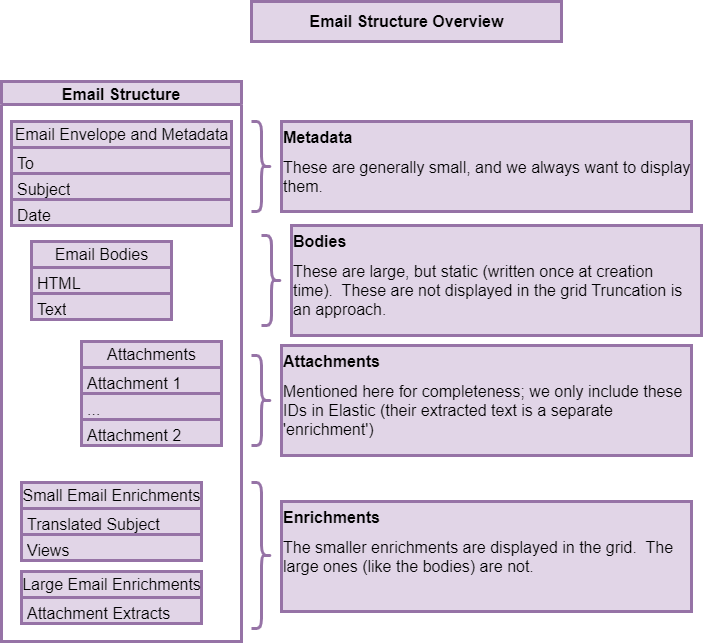
Above: notes/diagrams/email-structure-overview.png in maybe-another-name/elastic-things (draw.io), before the change. Source tidied: cells renumbered, new cells last; positions are measured from the earlier drawing's top-left corner, leaving out a move shared by most shapes.
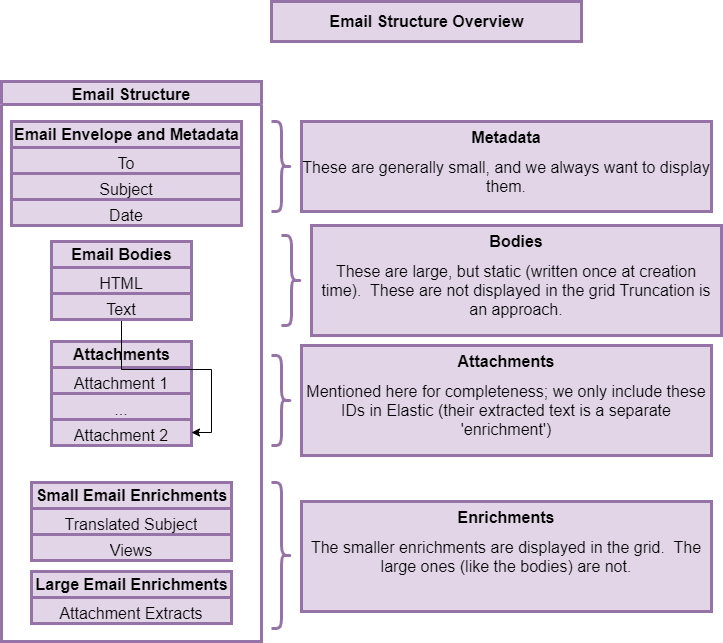
The same diagram one commit later.

The edit, as a diff of the source:
```diff
@@ -2,79 +2,82 @@
   <root>
     <mxCell id="0" />
     <mxCell id="1" parent="0" />
-    <mxCell id="2" value="Email Structure" style="swimlane;fillColor=#e1d5e7;strokeColor=#9673a6;fontSize=16;strokeWidth=3;" parent="1" vertex="1">
-      <mxGeometry y="80" width="240" height="560" as="geometry" />
+    <mxCell id="2" value="Email Structure" style="swimlane;fillColor=#e1d5e7;strokeColor=#9673a6;fontSize=16;strokeWidth=3;align=center;" parent="1" vertex="1">
+      <mxGeometry x="-20" y="80" width="260" height="560" as="geometry" />
     </mxCell>
-    <mxCell id="3" value="Email Envelope and Metadata" style="swimlane;fontStyle=0;horizontal=1;startSize=26;fillColor=#e1d5e7;html=1;strokeColor=#9673a6;fontSize=16;strokeWidth=3;" parent="2" vertex="1">
-      <mxGeometry x="10" y="40" width="220" height="104" as="geometry" />
+    <mxCell id="3" value="&lt;b&gt;Email Envelope and Metadata&lt;/b&gt;" style="swimlane;fontStyle=0;horizontal=1;startSize=26;fillColor=#e1d5e7;html=1;strokeColor=#9673a6;fontSize=16;strokeWidth=3;align=center;" parent="2" vertex="1">
+      <mxGeometry x="10" y="40" width="230" height="104" as="geometry" />
     </mxCell>
-    <mxCell id="4" value="To" style="text;strokeColor=#9673a6;fillColor=#e1d5e7;align=left;verticalAlign=top;spacingLeft=4;spacingRight=4;overflow=hidden;whiteSpace=wrap;html=1;fontSize=16;strokeWidth=3;" parent="3" vertex="1">
-      <mxGeometry y="26" width="220" height="26" as="geometry" />
+    <mxCell id="4" value="To" style="text;strokeColor=#9673a6;fillColor=#e1d5e7;align=center;verticalAlign=top;spacingLeft=4;spacingRight=4;overflow=hidden;whiteSpace=wrap;html=1;fontSize=16;strokeWidth=3;" parent="3" vertex="1">
+      <mxGeometry y="26" width="230" height="26" as="geometry" />
     </mxCell>
-    <mxCell id="5" value="Subject" style="text;strokeColor=#9673a6;fillColor=#e1d5e7;align=left;verticalAlign=top;spacingLeft=4;spacingRight=4;overflow=hidden;whiteSpace=wrap;html=1;fontSize=16;strokeWidth=3;" parent="3" vertex="1">
-      <mxGeometry y="52" width="220" height="26" as="geometry" />
+    <mxCell id="5" value="Subject" style="text;strokeColor=#9673a6;fillColor=#e1d5e7;align=center;verticalAlign=top;spacingLeft=4;spacingRight=4;overflow=hidden;whiteSpace=wrap;html=1;fontSize=16;strokeWidth=3;" parent="3" vertex="1">
+      <mxGeometry y="52" width="230" height="26" as="geometry" />
     </mxCell>
-    <mxCell id="6" value="Date" style="text;strokeColor=#9673a6;fillColor=#e1d5e7;align=left;verticalAlign=top;spacingLeft=4;spacingRight=4;overflow=hidden;whiteSpace=wrap;html=1;fontSize=16;strokeWidth=3;" parent="3" vertex="1">
-      <mxGeometry y="78" width="220" height="26" as="geometry" />
+    <mxCell id="6" value="Date" style="text;strokeColor=#9673a6;fillColor=#e1d5e7;align=center;verticalAlign=top;spacingLeft=4;spacingRight=4;overflow=hidden;whiteSpace=wrap;html=1;fontSize=16;strokeWidth=3;" parent="3" vertex="1">
+      <mxGeometry y="78" width="230" height="26" as="geometry" />
     </mxCell>
-    <mxCell id="7" value="Attachments" style="swimlane;fontStyle=0;horizontal=1;startSize=26;fillColor=#e1d5e7;html=1;strokeColor=#9673a6;fontSize=16;strokeWidth=3;" parent="2" vertex="1">
-      <mxGeometry x="80" y="260" width="140" height="104" as="geometry" />
+    <mxCell id="7" value="&lt;b&gt;Attachments&lt;/b&gt;" style="swimlane;fontStyle=0;horizontal=1;startSize=26;fillColor=#e1d5e7;html=1;strokeColor=#9673a6;fontSize=16;strokeWidth=3;align=center;" parent="2" vertex="1">
+      <mxGeometry x="50" y="260" width="140" height="104" as="geometry" />
     </mxCell>
-    <mxCell id="8" value="Attachment 1" style="text;strokeColor=#9673a6;fillColor=#e1d5e7;align=left;verticalAlign=top;spacingLeft=4;spacingRight=4;overflow=hidden;whiteSpace=wrap;html=1;fontSize=16;strokeWidth=3;" parent="7" vertex="1">
+    <mxCell id="8" value="Attachment 1" style="text;strokeColor=#9673a6;fillColor=#e1d5e7;align=center;verticalAlign=top;spacingLeft=4;spacingRight=4;overflow=hidden;whiteSpace=wrap;html=1;fontSize=16;strokeWidth=3;" parent="7" vertex="1">
       <mxGeometry y="26" width="140" height="26" as="geometry" />
     </mxCell>
-    <mxCell id="9" value="..." style="text;strokeColor=#9673a6;fillColor=#e1d5e7;align=left;verticalAlign=top;spacingLeft=4;spacingRight=4;overflow=hidden;whiteSpace=wrap;html=1;fontSize=16;strokeWidth=3;" parent="7" vertex="1">
+    <mxCell id="9" value="..." style="text;strokeColor=#9673a6;fillColor=#e1d5e7;align=center;verticalAlign=top;spacingLeft=4;spacingRight=4;overflow=hidden;whiteSpace=wrap;html=1;fontSize=16;strokeWidth=3;" parent="7" vertex="1">
       <mxGeometry y="52" width="140" height="26" as="geometry" />
     </mxCell>
-    <mxCell id="10" value="Attachment 2" style="text;strokeColor=#9673a6;fillColor=#e1d5e7;align=left;verticalAlign=top;spacingLeft=4;spacingRight=4;overflow=hidden;points=[[0,0.5],[1,0.5]];portConstraint=eastwest;whiteSpace=wrap;html=1;fontSize=16;strokeWidth=3;" parent="7" vertex="1">
+    <mxCell id="10" value="Attachment 2" style="text;strokeColor=#9673a6;fillColor=#e1d5e7;align=center;verticalAlign=top;spacingLeft=4;spacingRight=4;overflow=hidden;points=[[0,0.5],[1,0.5]];portConstraint=eastwest;whiteSpace=wrap;html=1;fontSize=16;strokeWidth=3;" parent="7" vertex="1">
       <mxGeometry y="78" width="140" height="26" as="geometry" />
     </mxCell>
-    <mxCell id="11" value="Large Email Enrichments" style="swimlane;fontStyle=0;horizontal=1;startSize=26;fillColor=#e1d5e7;html=1;strokeColor=#9673a6;fontSize=16;strokeWidth=3;" parent="2" vertex="1">
-      <mxGeometry x="20" y="490" width="180" height="52" as="geometry" />
+    <mxCell id="11" value="&lt;b&gt;Large Email Enrichments&lt;/b&gt;" style="swimlane;fontStyle=0;horizontal=1;startSize=26;fillColor=#e1d5e7;html=1;strokeColor=#9673a6;fontSize=16;strokeWidth=3;align=center;" parent="2" vertex="1">
+      <mxGeometry x="30" y="490" width="200" height="52" as="geometry" />
     </mxCell>
-    <mxCell id="12" value="Attachment Extracts" style="text;strokeColor=#9673a6;fillColor=#e1d5e7;align=left;verticalAlign=top;spacingLeft=4;spacingRight=4;overflow=hidden;whiteSpace=wrap;html=1;fontSize=16;strokeWidth=3;" parent="11" vertex="1">
-      <mxGeometry y="26" width="180" height="26" as="geometry" />
+    <mxCell id="12" value="Attachment Extracts" style="text;strokeColor=#9673a6;fillColor=#e1d5e7;align=center;verticalAlign=top;spacingLeft=4;spacingRight=4;overflow=hidden;whiteSpace=wrap;html=1;fontSize=16;strokeWidth=3;" parent="11" vertex="1">
+      <mxGeometry y="26" width="200" height="26" as="geometry" />
     </mxCell>
+    <mxCell id="28" style="edgeStyle=orthogonalEdgeStyle;rounded=0;jettySize=auto;html=1;" parent="2" edge="1" source="13" target="10">
+      <mxGeometry relative="1" as="geometry" />
+    </mxCell>
-    <mxCell id="13" value="Email Bodies" style="swimlane;fontStyle=0;horizontal=1;startSize=26;fillColor=#e1d5e7;html=1;strokeColor=#9673a6;fontSize=16;strokeWidth=3;" parent="1" vertex="1">
-      <mxGeometry x="30" y="240" width="140" height="78" as="geometry" />
+    <mxCell id="13" value="&lt;b&gt;Email Bodies&lt;/b&gt;" style="swimlane;fontStyle=0;horizontal=1;startSize=26;fillColor=#e1d5e7;html=1;strokeColor=#9673a6;fontSize=16;strokeWidth=3;align=center;" parent="2" vertex="1">
+      <mxGeometry x="50" y="160" width="140" height="78" as="geometry" />
     </mxCell>
-    <mxCell id="14" value="HTML" style="text;strokeColor=#9673a6;fillColor=#e1d5e7;align=left;verticalAlign=top;spacingLeft=4;spacingRight=4;overflow=hidden;whiteSpace=wrap;html=1;fontSize=16;strokeWidth=3;" parent="13" vertex="1">
+    <mxCell id="14" value="HTML" style="text;strokeColor=#9673a6;fillColor=#e1d5e7;align=center;verticalAlign=top;spacingLeft=4;spacingRight=4;overflow=hidden;whiteSpace=wrap;html=1;fontSize=16;strokeWidth=3;" parent="13" vertex="1">
       <mxGeometry y="26" width="140" height="26" as="geometry" />
     </mxCell>
-    <mxCell id="15" value="Text" style="text;strokeColor=#9673a6;fillColor=#e1d5e7;align=left;verticalAlign=top;spacingLeft=4;spacingRight=4;overflow=hidden;whiteSpace=wrap;html=1;fontSize=16;strokeWidth=3;" parent="13" vertex="1">
+    <mxCell id="15" value="Text" style="text;strokeColor=#9673a6;fillColor=#e1d5e7;align=center;verticalAlign=top;spacingLeft=4;spacingRight=4;overflow=hidden;whiteSpace=wrap;html=1;fontSize=16;strokeWidth=3;" parent="13" vertex="1">
       <mxGeometry y="52" width="140" height="26" as="geometry" />
     </mxCell>
-    <mxCell id="16" value="Small Email Enrichments" style="swimlane;fontStyle=0;horizontal=1;startSize=26;fillColor=#e1d5e7;html=1;strokeColor=#9673a6;fontSize=16;strokeWidth=3;" parent="1" vertex="1">
-      <mxGeometry x="20" y="481" width="180" height="78" as="geometry" />
+    <mxCell id="16" value="&lt;b&gt;Small Email Enrichments&lt;/b&gt;" style="swimlane;fontStyle=0;horizontal=1;startSize=26;fillColor=#e1d5e7;html=1;strokeColor=#9673a6;fontSize=16;strokeWidth=3;align=center;" parent="2" vertex="1">
+      <mxGeometry x="30" y="401" width="200" height="78" as="geometry" />
     </mxCell>
-    <mxCell id="17" value="Translated Subject" style="text;strokeColor=#9673a6;fillColor=#e1d5e7;align=left;verticalAlign=top;spacingLeft=4;spacingRight=4;overflow=hidden;whiteSpace=wrap;html=1;fontSize=16;strokeWidth=3;" parent="16" vertex="1">
-      <mxGeometry y="26" width="180" height="26" as="geometry" />
+    <mxCell id="17" value="Translated Subject" style="text;strokeColor=#9673a6;fillColor=#e1d5e7;align=center;verticalAlign=top;spacingLeft=4;spacingRight=4;overflow=hidden;whiteSpace=wrap;html=1;fontSize=16;strokeWidth=3;" parent="16" vertex="1">
+      <mxGeometry y="26" width="200" height="26" as="geometry" />
     </mxCell>
-    <mxCell id="18" value="Views" style="text;strokeColor=#9673a6;fillColor=#e1d5e7;align=left;verticalAlign=top;spacingLeft=4;spacingRight=4;overflow=hidden;whiteSpace=wrap;html=1;fontSize=16;strokeWidth=3;" parent="16" vertex="1">
-      <mxGeometry y="52" width="180" height="26" as="geometry" />
+    <mxCell id="18" value="Views" style="text;strokeColor=#9673a6;fillColor=#e1d5e7;align=center;verticalAlign=top;spacingLeft=4;spacingRight=4;overflow=hidden;whiteSpace=wrap;html=1;fontSize=16;strokeWidth=3;" parent="16" vertex="1">
+      <mxGeometry y="52" width="200" height="26" as="geometry" />
     </mxCell>
-    <mxCell id="19" style="shape=curlyBracket;whiteSpace=wrap;html=1;rounded=1;flipH=1;labelPosition=right;verticalLabelPosition=middle;align=left;verticalAlign=middle;size=0.5;fillColor=#e1d5e7;strokeColor=#9673a6;fontSize=16;fontStyle=0;strokeWidth=3;" parent="1" vertex="1">
+    <mxCell id="19" style="shape=curlyBracket;whiteSpace=wrap;html=1;rounded=1;flipH=1;labelPosition=right;verticalLabelPosition=middle;align=center;verticalAlign=middle;size=0.5;fillColor=#e1d5e7;strokeColor=#9673a6;fontSize=16;fontStyle=0;strokeWidth=3;" parent="1" vertex="1">
       <mxGeometry x="250" y="120" width="20" height="90" as="geometry" />
     </mxCell>
-    <mxCell id="20" value="&lt;h1 style=&quot;margin-top: 0px; font-size: 16px;&quot;&gt;&lt;span style=&quot;background-color: initial; font-size: 16px;&quot;&gt;Metadata&lt;/span&gt;&lt;/h1&gt;&lt;h1 style=&quot;margin-top: 0px; font-size: 16px;&quot;&gt;&lt;span style=&quot;background-color: initial; font-size: 16px; font-weight: normal;&quot;&gt;These are generally small, and we always want to display them.&lt;/span&gt;&lt;br style=&quot;font-size: 16px;&quot;&gt;&lt;/h1&gt;" style="text;html=1;whiteSpace=wrap;overflow=hidden;rounded=0;fillColor=#e1d5e7;strokeColor=#9673a6;fontSize=16;strokeWidth=3;" parent="1" vertex="1">
+    <mxCell id="20" value="&lt;h1 style=&quot;margin-top: 0px; font-size: 16px;&quot;&gt;&lt;span style=&quot;background-color: initial; font-size: 16px;&quot;&gt;Metadata&lt;/span&gt;&lt;/h1&gt;&lt;h1 style=&quot;margin-top: 0px; font-size: 16px;&quot;&gt;&lt;span style=&quot;background-color: initial; font-size: 16px; font-weight: normal;&quot;&gt;These are generally small, and we always want to display them.&lt;/span&gt;&lt;br style=&quot;font-size: 16px;&quot;&gt;&lt;/h1&gt;" style="text;html=1;whiteSpace=wrap;overflow=hidden;rounded=0;fillColor=#e1d5e7;strokeColor=#9673a6;fontSize=16;strokeWidth=3;align=center;" parent="1" vertex="1">
       <mxGeometry x="280" y="120" width="410" height="90" as="geometry" />
     </mxCell>
-    <mxCell id="21" style="shape=curlyBracket;whiteSpace=wrap;html=1;rounded=1;flipH=1;labelPosition=right;verticalLabelPosition=middle;align=left;verticalAlign=middle;size=0.5;fillColor=#e1d5e7;strokeColor=#9673a6;fontSize=16;fontStyle=0;strokeWidth=3;" parent="1" vertex="1">
+    <mxCell id="21" style="shape=curlyBracket;whiteSpace=wrap;html=1;rounded=1;flipH=1;labelPosition=right;verticalLabelPosition=middle;align=center;verticalAlign=middle;size=0.5;fillColor=#e1d5e7;strokeColor=#9673a6;fontSize=16;fontStyle=0;strokeWidth=3;" parent="1" vertex="1">
       <mxGeometry x="260" y="234" width="20" height="90" as="geometry" />
     </mxCell>
-    <mxCell id="22" value="&lt;h1 style=&quot;margin-top: 0px; font-size: 16px;&quot;&gt;&lt;span style=&quot;background-color: initial; font-size: 16px;&quot;&gt;Bodies&lt;/span&gt;&lt;/h1&gt;&lt;h1 style=&quot;margin-top: 0px; font-size: 16px;&quot;&gt;&lt;span style=&quot;background-color: initial; font-size: 16px; font-weight: normal;&quot;&gt;These are large, but static (written once at creation time).&amp;nbsp; These are not displayed in the grid Truncation is an approach.&lt;/span&gt;&lt;br style=&quot;font-size: 16px;&quot;&gt;&lt;/h1&gt;" style="text;html=1;whiteSpace=wrap;overflow=hidden;rounded=0;fillColor=#e1d5e7;strokeColor=#9673a6;fontSize=16;strokeWidth=3;" parent="1" vertex="1">
+    <mxCell id="22" value="&lt;h1 style=&quot;margin-top: 0px; font-size: 16px;&quot;&gt;&lt;span style=&quot;background-color: initial; font-size: 16px;&quot;&gt;Bodies&lt;/span&gt;&lt;/h1&gt;&lt;h1 style=&quot;margin-top: 0px; font-size: 16px;&quot;&gt;&lt;span style=&quot;background-color: initial; font-size: 16px; font-weight: normal;&quot;&gt;These are large, but static (written once at creation time).&amp;nbsp; These are not displayed in the grid Truncation is an approach.&lt;/span&gt;&lt;br style=&quot;font-size: 16px;&quot;&gt;&lt;/h1&gt;" style="text;html=1;whiteSpace=wrap;overflow=hidden;rounded=0;fillColor=#e1d5e7;strokeColor=#9673a6;fontSize=16;strokeWidth=3;align=center;" parent="1" vertex="1">
       <mxGeometry x="290" y="224" width="410" height="110" as="geometry" />
     </mxCell>
-    <mxCell id="23" style="shape=curlyBracket;whiteSpace=wrap;html=1;rounded=1;flipH=1;labelPosition=right;verticalLabelPosition=middle;align=left;verticalAlign=middle;size=0.5;fillColor=#e1d5e7;strokeColor=#9673a6;fontSize=16;fontStyle=0;strokeWidth=3;" parent="1" vertex="1">
+    <mxCell id="23" style="shape=curlyBracket;whiteSpace=wrap;html=1;rounded=1;flipH=1;labelPosition=right;verticalLabelPosition=middle;align=center;verticalAlign=middle;size=0.5;fillColor=#e1d5e7;strokeColor=#9673a6;fontSize=16;fontStyle=0;strokeWidth=3;" parent="1" vertex="1">
       <mxGeometry x="250" y="354" width="20" height="90" as="geometry" />
     </mxCell>
-    <mxCell id="24" value="&lt;h1 style=&quot;margin-top: 0px; font-size: 16px;&quot;&gt;&lt;span style=&quot;background-color: initial; font-size: 16px;&quot;&gt;Attachments&lt;/span&gt;&lt;/h1&gt;&lt;h1 style=&quot;margin-top: 0px; font-size: 16px;&quot;&gt;&lt;span style=&quot;background-color: initial; font-size: 16px; font-weight: normal;&quot;&gt;Mentioned here for completeness; we only include these IDs in Elastic (their extracted text is a separate 'enrichment')&lt;/span&gt;&lt;br style=&quot;font-size: 16px;&quot;&gt;&lt;/h1&gt;" style="text;html=1;whiteSpace=wrap;overflow=hidden;rounded=0;fillColor=#e1d5e7;strokeColor=#9673a6;fontSize=16;strokeWidth=3;" parent="1" vertex="1">
+    <mxCell id="24" value="&lt;h1 style=&quot;margin-top: 0px; font-size: 16px;&quot;&gt;&lt;span style=&quot;background-color: initial; font-size: 16px;&quot;&gt;Attachments&lt;/span&gt;&lt;/h1&gt;&lt;h1 style=&quot;margin-top: 0px; font-size: 16px;&quot;&gt;&lt;span style=&quot;background-color: initial; font-size: 16px; font-weight: normal;&quot;&gt;Mentioned here for completeness; we only include these IDs in Elastic (their extracted text is a separate 'enrichment')&lt;/span&gt;&lt;br style=&quot;font-size: 16px;&quot;&gt;&lt;/h1&gt;" style="text;html=1;whiteSpace=wrap;overflow=hidden;rounded=0;fillColor=#e1d5e7;strokeColor=#9673a6;fontSize=16;strokeWidth=3;align=center;" parent="1" vertex="1">
       <mxGeometry x="280" y="344" width="410" height="110" as="geometry" />
     </mxCell>
-    <mxCell id="25" style="shape=curlyBracket;whiteSpace=wrap;html=1;rounded=1;flipH=1;labelPosition=right;verticalLabelPosition=middle;align=left;verticalAlign=middle;size=0.5;fillColor=#e1d5e7;strokeColor=#9673a6;fontSize=16;fontStyle=0;strokeWidth=3;" parent="1" vertex="1">
+    <mxCell id="25" style="shape=curlyBracket;whiteSpace=wrap;html=1;rounded=1;flipH=1;labelPosition=right;verticalLabelPosition=middle;align=center;verticalAlign=middle;size=0.5;fillColor=#e1d5e7;strokeColor=#9673a6;fontSize=16;fontStyle=0;strokeWidth=3;" parent="1" vertex="1">
       <mxGeometry x="250" y="481" width="20" height="146" as="geometry" />
     </mxCell>
-    <mxCell id="26" value="&lt;h1 style=&quot;margin-top: 0px; font-size: 16px;&quot;&gt;&lt;span style=&quot;background-color: initial; font-size: 16px;&quot;&gt;Enrichments&lt;/span&gt;&lt;/h1&gt;&lt;h1 style=&quot;margin-top: 0px; font-size: 16px;&quot;&gt;&lt;span style=&quot;font-size: 16px; font-weight: 400;&quot;&gt;The smaller enrichments are displayed in the grid.&amp;nbsp; The large ones (like the bodies) are not.&lt;/span&gt;&lt;/h1&gt;" style="text;html=1;whiteSpace=wrap;overflow=hidden;rounded=0;fillColor=#e1d5e7;strokeColor=#9673a6;fontSize=16;strokeWidth=3;" parent="1" vertex="1">
+    <mxCell id="26" value="&lt;h1 style=&quot;margin-top: 0px; font-size: 16px;&quot;&gt;&lt;span style=&quot;background-color: initial; font-size: 16px;&quot;&gt;Enrichments&lt;/span&gt;&lt;/h1&gt;&lt;h1 style=&quot;margin-top: 0px; font-size: 16px;&quot;&gt;&lt;span style=&quot;font-size: 16px; font-weight: 400;&quot;&gt;The smaller enrichments are displayed in the grid.&amp;nbsp; The large ones (like the bodies) are not.&lt;/span&gt;&lt;/h1&gt;" style="text;html=1;whiteSpace=wrap;overflow=hidden;rounded=0;fillColor=#e1d5e7;strokeColor=#9673a6;fontSize=16;strokeWidth=3;align=center;" parent="1" vertex="1">
       <mxGeometry x="280" y="500" width="410" height="110" as="geometry" />
     </mxCell>
     <mxCell id="27" value="Email Structure Overview" style="text;strokeColor=#9673a6;fillColor=#e1d5e7;html=1;fontSize=16;fontStyle=1;verticalAlign=middle;align=center;strokeWidth=3;" parent="1" vertex="1">
```
